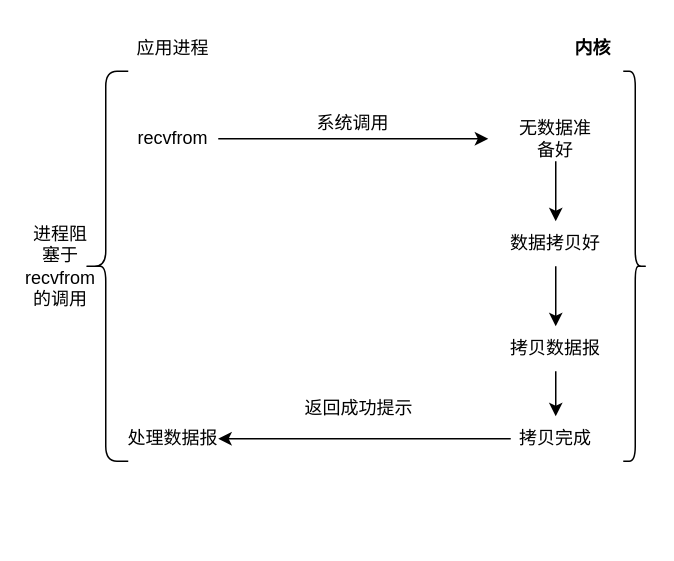
xilihutufei/my_draw keeps this draw.io diagram as io模型.drawio. Above is the earlier version. Source tidied: cells renumbered, new cells numbered last; positions are measured from the earlier drawing's top-left corner, leaving out a move shared by most shapes. Both pictures are drawn from the tidied source at 150%, with x=0, y=0 at pixel (38, 26).
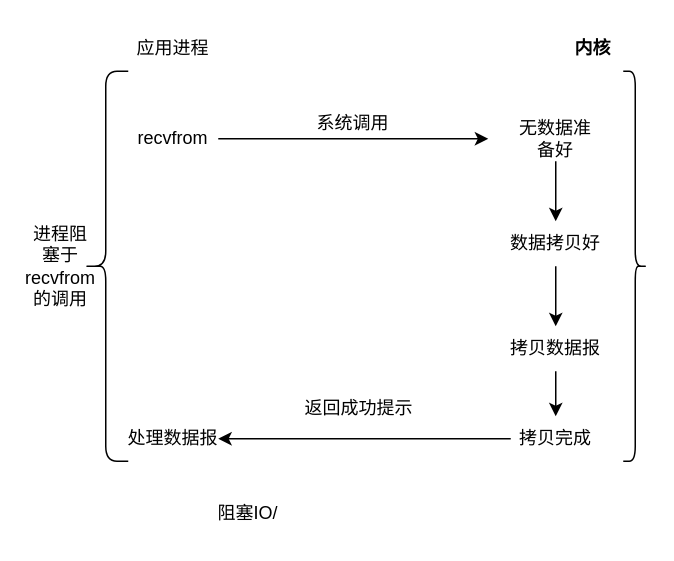
The same page after the edit.

Change to the diagram source:
```diff
@@
+    <mxCell id="20" value="阻塞IO/" style="text;html=1;whiteSpace=wrap;strokeColor=none;fillColor=none;align=center;verticalAlign=middle;rounded=0;" parent="1" vertex="1">
+      <mxGeometry x="110" y="310" width="60" height="30" as="geometry" />
+    </mxCell>
```
